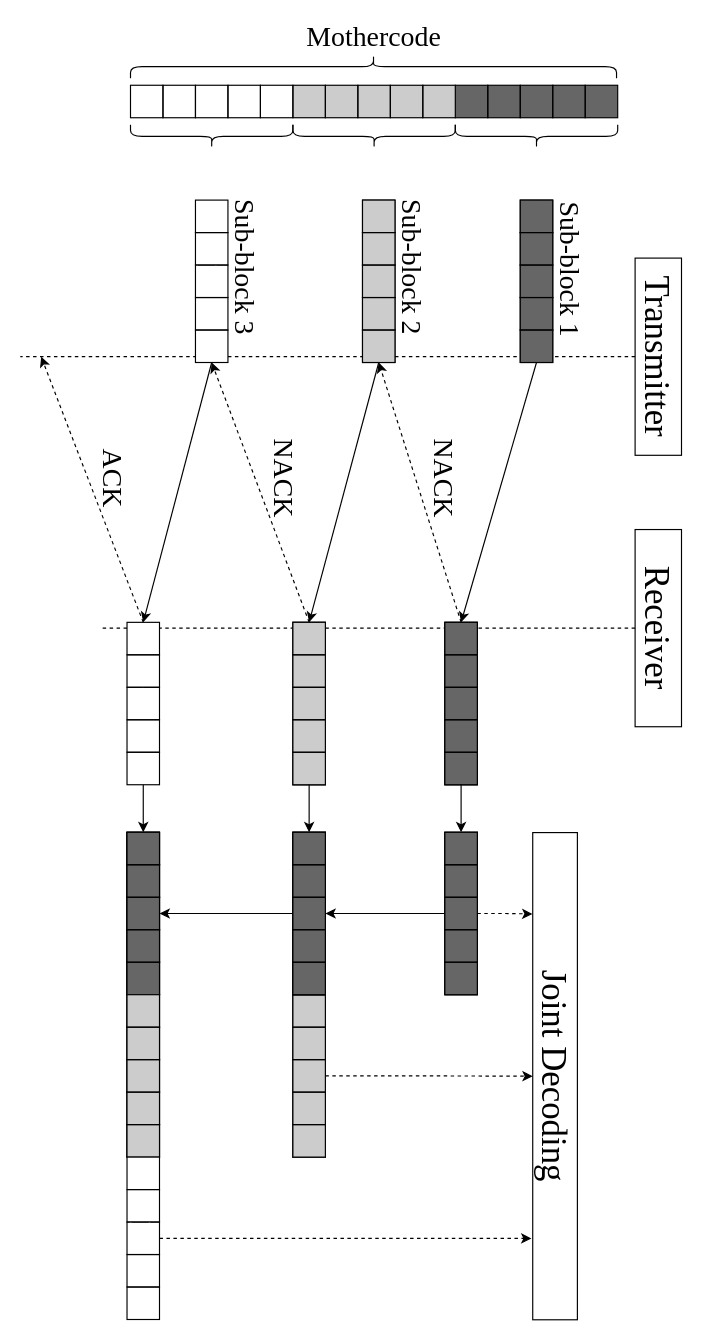
Before: 未命名绘图.drawio in Phagesama/PDFGPPCfigure, a draw.io diagram. Source tidied: cells renumbered, new cells numbered last; positions are measured from the earlier drawing's top-left corner, leaving out a move shared by most shapes. Both pictures are drawn from the tidied source at 116%, with x=0, y=0 at pixel (41, -176).
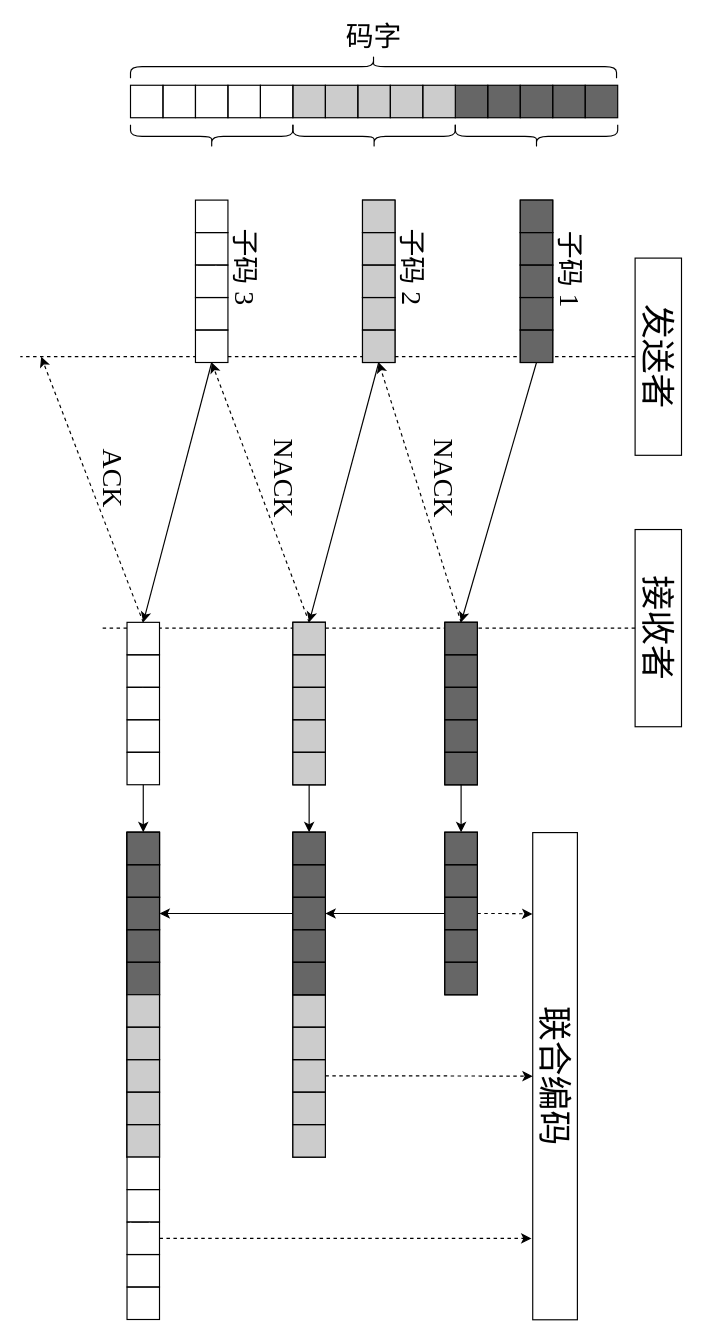
After the change.

Commit message:
更新未命名绘图.drawio

The edit, as a diff of the source:
```diff
@@
-    <mxCell id="4" value="&lt;font style=&quot;font-size: 30px;&quot; face=&quot;Times New Roman&quot;&gt;Transmitter&lt;/font&gt;" style="shape=umlLifeline;perimeter=lifelinePerimeter;whiteSpace=wrap;html=1;newEdgeStyle={&quot;curved&quot;:0,&quot;rounded&quot;:0};rotation=90;" parent="1" vertex="1">
+    <mxCell id="4" value="&lt;span style=&quot;font-size: 30px;&quot;&gt;&lt;font face=&quot;新宋体&quot;&gt;发送者&lt;/font&gt;&lt;/span&gt;" style="shape=umlLifeline;perimeter=lifelinePerimeter;whiteSpace=wrap;html=1;newEdgeStyle={&quot;curved&quot;:0,&quot;rounded&quot;:0};rotation=90;" parent="1" vertex="1">
       <mxGeometry x="182" y="174" width="170" height="570" as="geometry" />
     </mxCell>
-    <mxCell id="5" value="&lt;font style=&quot;font-size: 30px;&quot; face=&quot;Times New Roman&quot;&gt;Receiver&lt;/font&gt;" style="shape=umlLifeline;whiteSpace=wrap;html=1;newEdgeStyle={&quot;curved&quot;:0,&quot;rounded&quot;:0};perimeter=rectanglePerimeter;targetShapes=umlLifeline;participant=label;rotation=90;" parent="1" vertex="1">
+    <mxCell id="5" value="&lt;font face=&quot;新宋体&quot; style=&quot;font-size: 30px;&quot;&gt;接收者&lt;/font&gt;" style="shape=umlLifeline;whiteSpace=wrap;html=1;newEdgeStyle={&quot;curved&quot;:0,&quot;rounded&quot;:0};perimeter=rectanglePerimeter;targetShapes=umlLifeline;participant=label;rotation=90;" parent="1" vertex="1">
       <mxGeometry x="217" y="443" width="170" height="500" as="geometry" />
     </mxCell>
-    <mxCell id="6" value="&lt;font style=&quot;font-size: 24px;&quot; face=&quot;Times New Roman&quot;&gt;Sub-block 1&lt;/font&gt;" style="text;html=1;align=center;verticalAlign=middle;whiteSpace=wrap;rounded=0;rotation=90;" parent="1" vertex="1">
+    <mxCell id="6" value="&lt;font face=&quot;新宋体&quot; style=&quot;font-size: 24px;&quot;&gt;子码&lt;/font&gt;&lt;font style=&quot;font-size: 24px;&quot; face=&quot;Times New Roman&quot;&gt; 1&lt;/font&gt;" style="text;html=1;align=center;verticalAlign=middle;whiteSpace=wrap;rounded=0;rotation=90;" parent="1" vertex="1">
       <mxGeometry x="386" y="369" width="140" height="30" as="geometry" />
     </mxCell>
@@
-    <mxCell id="69" value="&lt;font style=&quot;font-size: 24px;&quot; face=&quot;Times New Roman&quot;&gt;Sub-block 2&lt;/font&gt;" style="text;html=1;align=center;verticalAlign=middle;whiteSpace=wrap;rounded=0;rotation=90;" parent="1" vertex="1">
+    <mxCell id="69" value="&lt;span style=&quot;font-family: 新宋体; font-size: 24px;&quot;&gt;子码&lt;/span&gt;&lt;font style=&quot;font-size: 24px;&quot; face=&quot;Times New Roman&quot;&gt;&amp;nbsp;2&lt;/font&gt;" style="text;html=1;align=center;verticalAlign=middle;whiteSpace=wrap;rounded=0;rotation=90;" parent="1" vertex="1">
       <mxGeometry x="247" y="367" width="145" height="30" as="geometry" />
     </mxCell>
@@
-    <mxCell id="76" value="&lt;font style=&quot;font-size: 24px;&quot; face=&quot;Times New Roman&quot;&gt;Mothercode&lt;/font&gt;" style="text;html=1;align=center;verticalAlign=middle;whiteSpace=wrap;rounded=0;rotation=0;" parent="1" vertex="1">
+    <mxCell id="76" value="&lt;span style=&quot;font-size: 24px;&quot;&gt;&lt;font face=&quot;新宋体&quot;&gt;码字&lt;/font&gt;&lt;/span&gt;" style="text;html=1;align=center;verticalAlign=middle;whiteSpace=wrap;rounded=0;rotation=0;" parent="1" vertex="1">
       <mxGeometry x="192" y="169" width="190" height="30" as="geometry" />
     </mxCell>
-    <mxCell id="77" value="&lt;font style=&quot;font-size: 24px;&quot; face=&quot;Times New Roman&quot;&gt;Sub-block 3&lt;/font&gt;" style="text;html=1;align=center;verticalAlign=middle;whiteSpace=wrap;rounded=0;rotation=90;" parent="1" vertex="1">
+    <mxCell id="77" value="&lt;span style=&quot;font-family: 新宋体; font-size: 24px;&quot;&gt;子码&lt;/span&gt;&lt;font style=&quot;font-size: 24px;&quot; face=&quot;Times New Roman&quot;&gt;&amp;nbsp;3&lt;/font&gt;" style="text;html=1;align=center;verticalAlign=middle;whiteSpace=wrap;rounded=0;rotation=90;" parent="1" vertex="1">
       <mxGeometry x="103" y="367" width="145" height="30" as="geometry" />
     </mxCell>
@@
-    <mxCell id="230" value="&lt;font style=&quot;font-size: 30px;&quot; face=&quot;Times New Roman&quot;&gt;Joint Decoding&lt;/font&gt;" style="rounded=0;whiteSpace=wrap;html=1;rotation=90;" parent="1" vertex="1">
+    <mxCell id="230" value="&lt;font face=&quot;新宋体&quot; style=&quot;font-size: 30px;&quot;&gt;联合编码&lt;/font&gt;" style="rounded=0;whiteSpace=wrap;html=1;rotation=90;" parent="1" vertex="1">
       <mxGeometry x="233" y="1060" width="420" height="38.5" as="geometry" />
     </mxCell>
```
